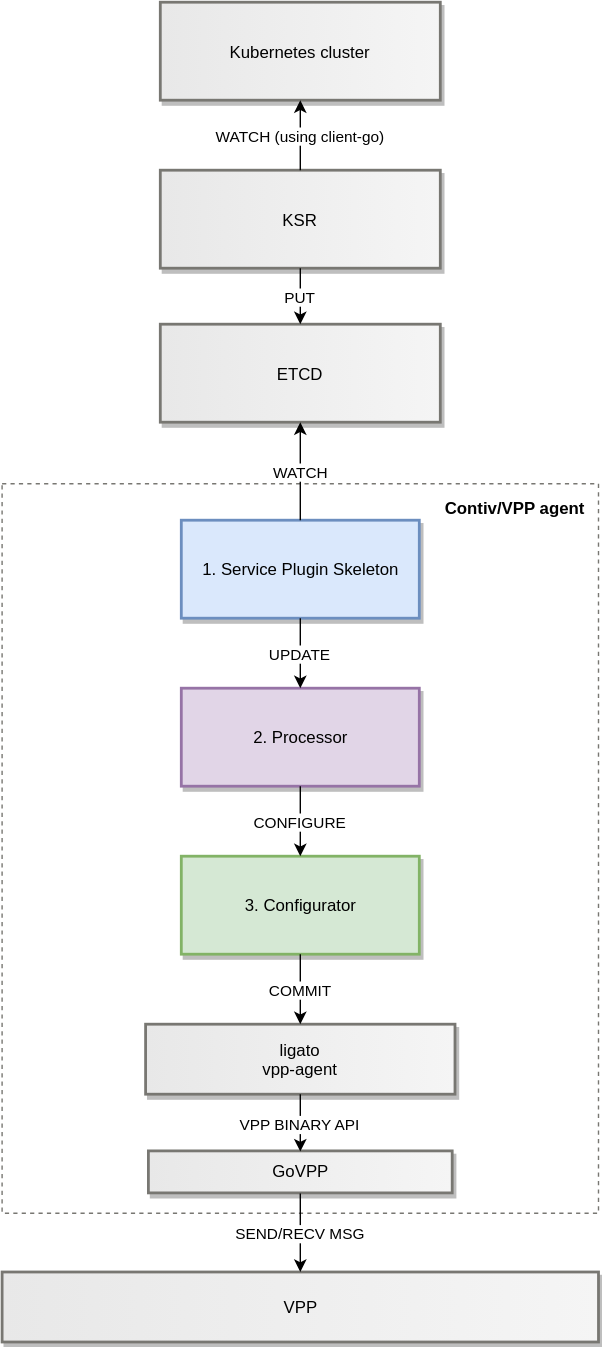
The draw.io diagram docs/dev-guide/services/service-plugin-layers.svg in contiv/vpp, before a commit. Source tidied: cells renumbered, new cells last; positions are measured from the earlier drawing's top-left corner, leaving out a move shared by most shapes.
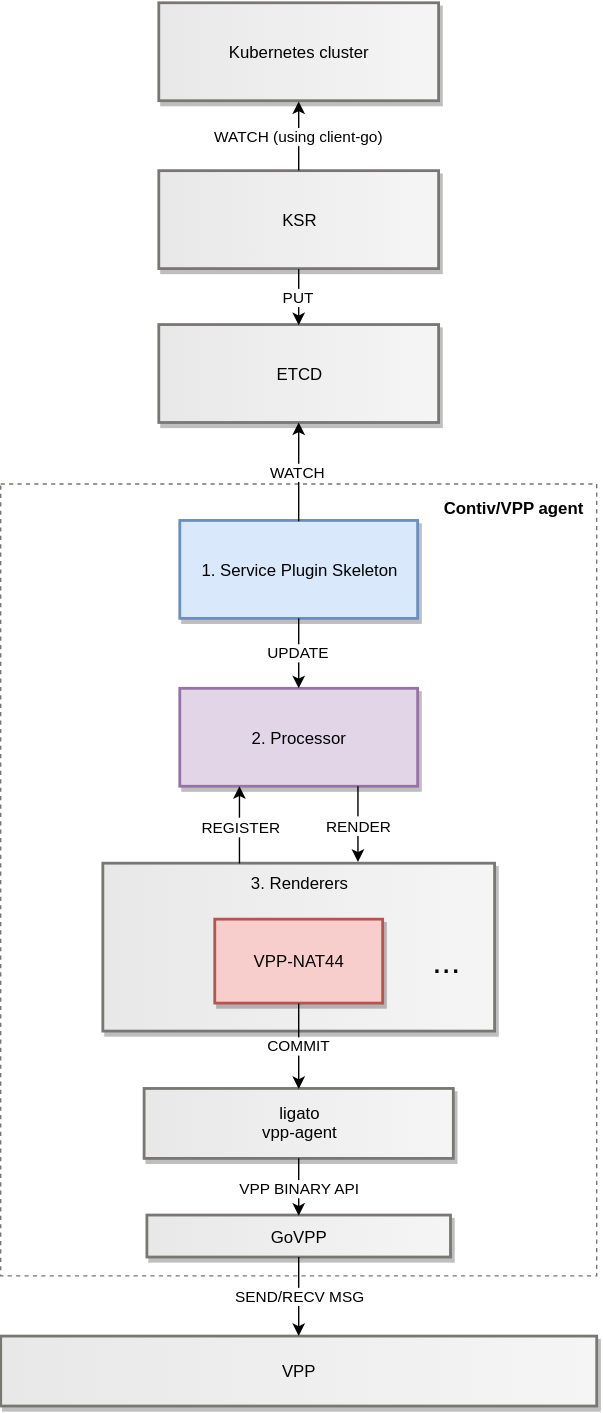
After the commit.

Change to the diagram source:
```diff
@@ -3,7 +3,7 @@
     <mxCell id="0" />
     <mxCell id="1" parent="0" />
     <mxCell id="2" style="rounded=0;whiteSpace=wrap;html=1;shadow=0;strokeColor=#787772;strokeWidth=1;fillColor=none;gradientColor=#E8E8E8;align=right;dashed=1;" parent="1" vertex="1">
-      <mxGeometry y="344" width="426" height="521" as="geometry" />
+      <mxGeometry y="344" width="426" height="566" as="geometry" />
     </mxCell>
     <mxCell id="3" value="Kubernetes cluster" style="rounded=0;whiteSpace=wrap;html=1;strokeColor=#787772;strokeWidth=2;fillColor=#F5F5F5;gradientColor=#E8E8E8;gradientDirection=west;shadow=1;" parent="1" vertex="1">
       <mxGeometry x="113" width="200" height="70" as="geometry" />
@@ -26,20 +26,14 @@
     <mxCell id="9" value="&lt;div style=&quot;text-align: left&quot;&gt;2. Processor&lt;/div&gt;" style="rounded=0;whiteSpace=wrap;html=1;strokeColor=#9673a6;strokeWidth=2;fillColor=#e1d5e7;gradientDirection=west;shadow=1;" parent="1" vertex="1">
       <mxGeometry x="128" y="490" width="170" height="70" as="geometry" />
     </mxCell>
-    <mxCell id="10" value="&lt;div style=&quot;text-align: left&quot;&gt;&lt;span&gt;3. Configurator&lt;/span&gt;&lt;/div&gt;" style="rounded=0;whiteSpace=wrap;html=1;strokeColor=#82b366;strokeWidth=2;fillColor=#d5e8d4;gradientDirection=west;shadow=1;" parent="1" vertex="1">
-      <mxGeometry x="128" y="610" width="170" height="70" as="geometry" />
-    </mxCell>
     <mxCell id="11" value="VPP" style="rounded=0;whiteSpace=wrap;html=1;strokeColor=#787772;strokeWidth=2;fillColor=#F5F5F5;gradientColor=#E8E8E8;gradientDirection=west;shadow=1;" parent="1" vertex="1">
-      <mxGeometry y="907" width="426" height="50" as="geometry" />
+      <mxGeometry y="953" width="426" height="50" as="geometry" />
     </mxCell>
     <mxCell id="12" value="ligato&lt;br&gt;vpp-agent" style="rounded=0;whiteSpace=wrap;html=1;strokeColor=#787772;strokeWidth=2;fillColor=#F5F5F5;gradientColor=#E8E8E8;gradientDirection=west;shadow=1;" parent="1" vertex="1">
-      <mxGeometry x="102.5" y="730" width="221" height="50" as="geometry" />
+      <mxGeometry x="102.5" y="776" width="221" height="50" as="geometry" />
     </mxCell>
-    <mxCell id="13" value="CONFIGURE" style="edgeStyle=none;rounded=0;html=1;exitX=0.5;exitY=1;entryX=0.5;entryY=0;jettySize=auto;strokeColor=#000000;" parent="1" edge="1" source="9" target="10">
-      <mxGeometry relative="1" as="geometry" />
-    </mxCell>
     <mxCell id="14" value="GoVPP" style="rounded=0;whiteSpace=wrap;html=1;strokeColor=#787772;strokeWidth=2;fillColor=#F5F5F5;gradientColor=#E8E8E8;gradientDirection=west;shadow=1;" parent="1" vertex="1">
-      <mxGeometry x="104.5" y="820.5" width="217" height="30" as="geometry" />
+      <mxGeometry x="104.5" y="866.5" width="217" height="30" as="geometry" />
     </mxCell>
     <mxCell id="15" value="WATCH" style="edgeStyle=none;rounded=0;html=1;exitX=0.5;exitY=0;entryX=0.5;entryY=1;jettySize=auto;" parent="1" edge="1" source="8" target="5">
       <mxGeometry relative="1" as="geometry" />
@@ -47,9 +41,6 @@
     <mxCell id="16" value="UPDATE" style="edgeStyle=none;rounded=0;html=1;exitX=0.5;exitY=1;jettySize=auto;" parent="1" edge="1" source="8" target="9">
       <mxGeometry relative="1" as="geometry" />
     </mxCell>
-    <mxCell id="17" value="COMMIT" style="edgeStyle=none;rounded=0;html=1;exitX=0.5;exitY=1;entryX=0.5;entryY=0;jettySize=auto;" parent="1" edge="1" source="10" target="12">
-      <mxGeometry relative="1" as="geometry" />
-    </mxCell>
     <mxCell id="18" value="VPP BINARY API" style="edgeStyle=none;rounded=0;html=1;exitX=0.5;exitY=1;entryX=0.5;entryY=0;jettySize=auto;" parent="1" edge="1" source="12" target="14">
       <mxGeometry relative="1" as="geometry" />
     </mxCell>
@@ -59,5 +50,29 @@
     <mxCell id="20" value="&lt;b&gt;Contiv/VPP agent&lt;/b&gt;" style="text;html=1;strokeColor=none;fillColor=none;align=center;verticalAlign=middle;whiteSpace=wrap;rounded=0;shadow=0;dashed=1;" parent="1" vertex="1">
       <mxGeometry x="313" y="351" width="106" height="20" as="geometry" />
     </mxCell>
+    <mxCell id="21" value="3. Renderers" style="rounded=0;whiteSpace=wrap;html=1;strokeColor=#787772;strokeWidth=2;fillColor=#F5F5F5;gradientColor=#E8E8E8;gradientDirection=west;shadow=1;verticalAlign=top;" parent="1" vertex="1">
+      <mxGeometry x="73" y="615" width="280" height="120" as="geometry" />
+    </mxCell>
+    <mxCell id="22" value="VPP-NAT44" style="rounded=0;whiteSpace=wrap;html=1;shadow=1;strokeWidth=2;fillColor=#f8cecc;strokeColor=#b85450;" parent="1" vertex="1">
+      <mxGeometry x="153" y="655" width="120" height="60" as="geometry" />
+    </mxCell>
+    <mxCell id="17" value="COMMIT" style="edgeStyle=none;rounded=0;html=1;exitX=0.5;exitY=1;entryX=0.5;entryY=0;jettySize=auto;" parent="1" edge="1" source="22" target="12">
+      <mxGeometry relative="1" as="geometry" />
+    </mxCell>
+    <mxCell id="23" value="&lt;font style=&quot;font-size: 24px&quot;&gt;...&lt;/font&gt;" style="text;html=1;strokeColor=none;fillColor=none;align=center;verticalAlign=middle;whiteSpace=wrap;rounded=0;shadow=1;" parent="1" vertex="1">
+      <mxGeometry x="298" y="675" width="40" height="20" as="geometry" />
+    </mxCell>
+    <mxCell id="24" style="edgeStyle=orthogonalEdgeStyle;rounded=0;html=1;exitX=0.349;exitY=-0.001;entryX=0.25;entryY=1;jettySize=auto;exitPerimeter=0;" parent="1" edge="1" source="21" target="9">
+      <mxGeometry relative="1" as="geometry" />
+    </mxCell>
+    <mxCell id="25" value="&lt;font style=&quot;font-size: 11px&quot;&gt;REGISTER&lt;/font&gt;" style="text;html=1;align=center;verticalAlign=middle;labelBackgroundColor=#ffffff;" parent="24" vertex="1">
+      <mxGeometry x="-0.04" y="-1" relative="1" as="geometry" />
+    </mxCell>
+    <mxCell id="26" style="edgeStyle=orthogonalEdgeStyle;rounded=0;html=1;exitX=0.75;exitY=1;entryX=0.652;entryY=-0.004;entryPerimeter=0;jettySize=auto;" parent="1" edge="1" source="9" target="21">
+      <mxGeometry relative="1" as="geometry" />
+    </mxCell>
+    <mxCell id="27" value="&lt;font style=&quot;font-size: 11px&quot;&gt;RENDER&lt;/font&gt;" style="text;html=1;align=center;verticalAlign=middle;labelBackgroundColor=#ffffff;" parent="26" vertex="1">
+      <mxGeometry relative="1" as="geometry" />
+    </mxCell>
   </root>
 </mxGraphModel>
```
